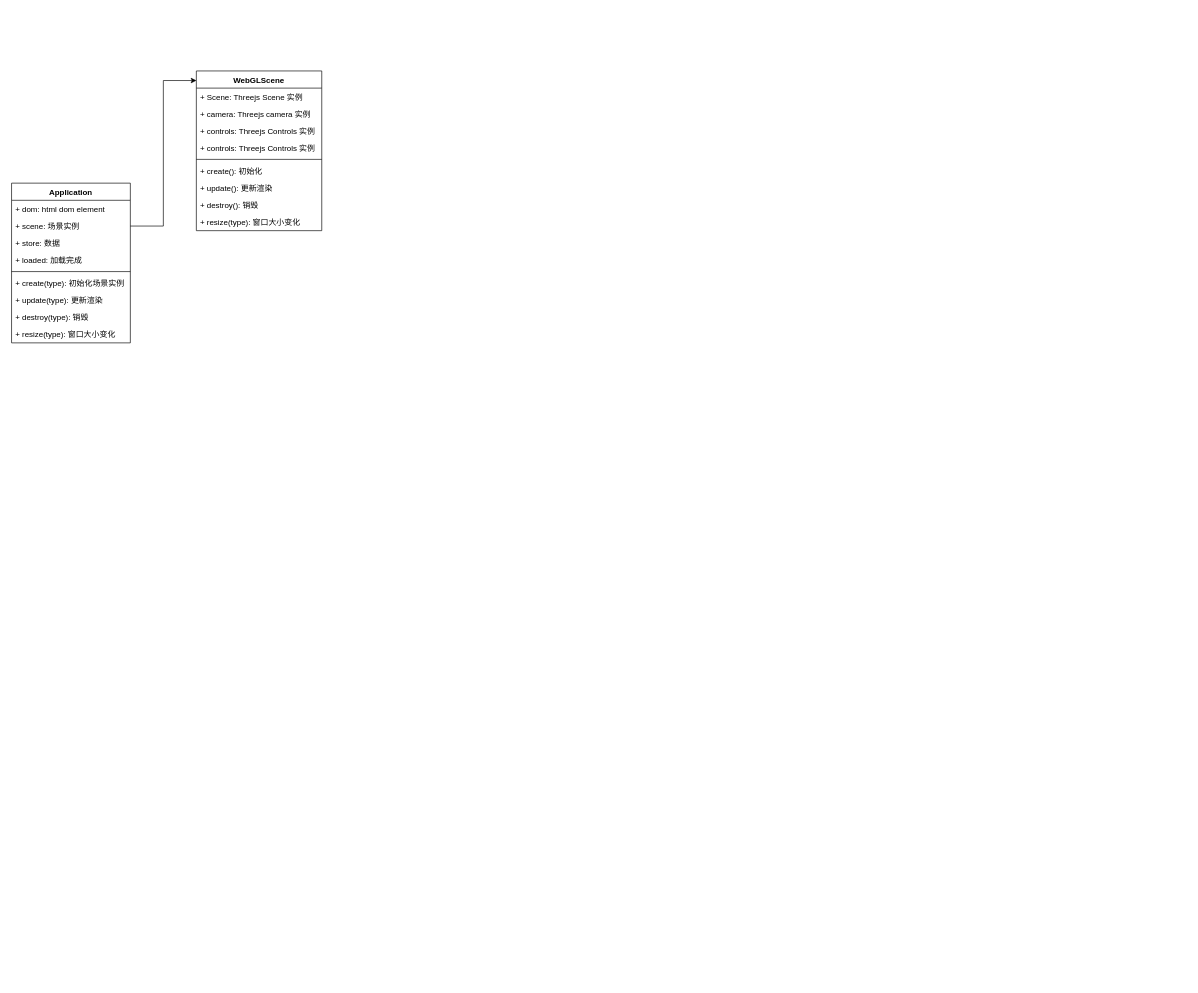
The draw.io diagram APM3d-Diagram.drawio in hiotk/umldiagrams, before the edit. Source tidied: cells renumbered, new cells numbered last; positions are measured from the earlier drawing's top-left corner, leaving out a move shared by most shapes. Both pictures are drawn from the tidied source at 66%, with x=0, y=0 at pixel (11, 71).
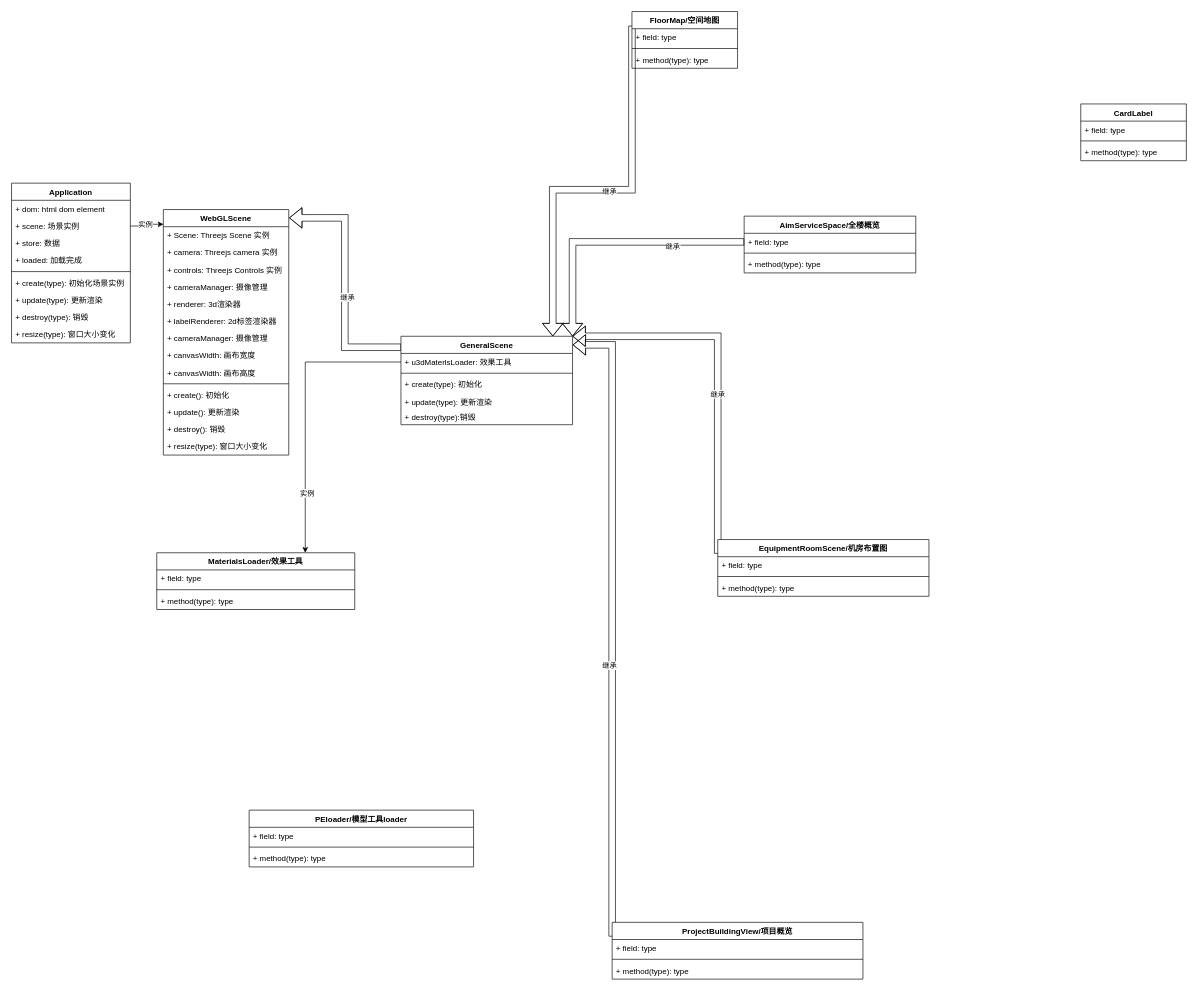
The same page after the edit.

The change refers to these unchanged cells:
```xml
<mxCell id="22" style="edgeStyle=orthogonalEdgeStyle;rounded=0;jettySize=auto;html=1;exitX=1;exitY=0.5;exitDx=0;exitDy=0;entryX=0.001;entryY=0.06;entryDx=0;entryDy=0;entryPerimeter=0;" parent="1" edge="1" source="4" target="12">
  <mxGeometry relative="1" as="geometry" />
</mxCell>
```

The edit, as a diff of the source:
```diff
@@
     <mxCell id="12" value="WebGLScene" style="swimlane;fontStyle=1;align=center;verticalAlign=top;horizontal=1;startSize=26;" parent="1" vertex="1">
-      <mxGeometry x="280" width="190" height="242" as="geometry" />
+      <mxGeometry x="230" y="210" width="190" height="372" as="geometry" />
     </mxCell>
@@
-    <mxCell id="16" value="+ controls: Threejs Controls 实例" style="text;strokeColor=none;fillColor=none;align=left;verticalAlign=top;spacingLeft=4;spacingRight=4;overflow=hidden;" parent="12" vertex="1">
+    <mxCell id="16" value="+ cameraManager: 摄像管理&#10;" style="text;strokeColor=none;fillColor=none;align=left;verticalAlign=top;spacingLeft=4;spacingRight=4;overflow=hidden;" parent="12" vertex="1">
       <mxGeometry y="104" width="190" height="26" as="geometry" />
     </mxCell>
+    <mxCell id="23" value="+ renderer: 3d渲染器&#10;" style="text;strokeColor=none;fillColor=none;align=left;verticalAlign=top;spacingLeft=4;spacingRight=4;overflow=hidden;" parent="12" vertex="1">
+      <mxGeometry y="130" width="190" height="26" as="geometry" />
+    </mxCell>
+    <mxCell id="24" value="+ labelRenderer: 2d标签渲染器&#10;" style="text;strokeColor=none;fillColor=none;align=left;verticalAlign=top;spacingLeft=4;spacingRight=4;overflow=hidden;" parent="12" vertex="1">
+      <mxGeometry y="156" width="190" height="26" as="geometry" />
+    </mxCell>
+    <mxCell id="25" value="+ cameraManager: 摄像管理&#10;" style="text;strokeColor=none;fillColor=none;align=left;verticalAlign=top;spacingLeft=4;spacingRight=4;overflow=hidden;" parent="12" vertex="1">
+      <mxGeometry y="182" width="190" height="26" as="geometry" />
+    </mxCell>
+    <mxCell id="26" value="+ canvasWidth: 画布宽度&#10;" style="text;strokeColor=none;fillColor=none;align=left;verticalAlign=top;spacingLeft=4;spacingRight=4;overflow=hidden;" parent="12" vertex="1">
+      <mxGeometry y="208" width="190" height="26" as="geometry" />
+    </mxCell>
+    <mxCell id="27" value="+ canvasWidth: 画布高度&#10;" style="text;strokeColor=none;fillColor=none;align=left;verticalAlign=top;spacingLeft=4;spacingRight=4;overflow=hidden;" parent="12" vertex="1">
+      <mxGeometry y="234" width="190" height="26" as="geometry" />
+    </mxCell>
     <mxCell id="17" style="line;strokeWidth=1;fillColor=none;align=left;verticalAlign=middle;spacingTop=-1;spacingLeft=3;spacingRight=3;labelPosition=right;" parent="12" vertex="1">
-      <mxGeometry y="130" width="190" height="8" as="geometry" />
+      <mxGeometry y="260" width="190" height="8" as="geometry" />
     </mxCell>
     <mxCell id="18" value="+ create(): 初始化" style="text;strokeColor=none;fillColor=none;align=left;verticalAlign=top;spacingLeft=4;spacingRight=4;overflow=hidden;" parent="12" vertex="1">
-      <mxGeometry y="138" width="190" height="26" as="geometry" />
+      <mxGeometry y="268" width="190" height="26" as="geometry" />
     </mxCell>
     <mxCell id="19" value="+ update(): 更新渲染" style="text;strokeColor=none;fillColor=none;align=left;verticalAlign=top;spacingLeft=4;spacingRight=4;overflow=hidden;" parent="12" vertex="1">
-      <mxGeometry y="164" width="190" height="26" as="geometry" />
+      <mxGeometry y="294" width="190" height="26" as="geometry" />
     </mxCell>
     <mxCell id="20" value="+ destroy(): 销毁" style="text;strokeColor=none;fillColor=none;align=left;verticalAlign=top;spacingLeft=4;spacingRight=4;overflow=hidden;" parent="12" vertex="1">
-      <mxGeometry y="190" width="190" height="26" as="geometry" />
+      <mxGeometry y="320" width="190" height="26" as="geometry" />
     </mxCell>
     <mxCell id="21" value="+ resize(type): 窗口大小变化" style="text;strokeColor=none;fillColor=none;align=left;verticalAlign=top;spacingLeft=4;spacingRight=4;overflow=hidden;" parent="12" vertex="1">
-      <mxGeometry y="216" width="190" height="26" as="geometry" />
+      <mxGeometry y="346" width="190" height="26" as="geometry" />
     </mxCell>
@@
+    <mxCell id="28" value="实例" style="edgeLabel;html=1;align=center;verticalAlign=middle;" parent="22" vertex="1">
+      <mxGeometry x="0.05" y="3" relative="1" as="geometry">
+        <mxPoint x="-3" y="3" as="offset" />
+      </mxGeometry>
+    </mxCell>
+    <mxCell id="29" style="edgeStyle=orthogonalEdgeStyle;rounded=0;jettySize=auto;html=1;exitX=0.001;exitY=0.124;exitDx=0;exitDy=0;entryX=1.003;entryY=0.034;entryDx=0;entryDy=0;entryPerimeter=0;shape=flexArrow;exitPerimeter=0;" parent="1" edge="1" source="31" target="12">
+      <mxGeometry relative="1" as="geometry" />
+    </mxCell>
+    <mxCell id="30" value="继承" style="edgeLabel;html=1;align=center;verticalAlign=middle;" parent="29" vertex="1">
+      <mxGeometry x="-0.12" y="-3" relative="1" as="geometry" />
+    </mxCell>
+    <mxCell id="31" value="GeneralScene" style="swimlane;fontStyle=1;align=center;verticalAlign=top;horizontal=1;startSize=26;" parent="1" vertex="1">
+      <mxGeometry x="590" y="402" width="260" height="134" as="geometry" />
+    </mxCell>
+    <mxCell id="32" value="+ u3dMaterlsLoader: 效果工具" style="text;strokeColor=none;fillColor=none;align=left;verticalAlign=top;spacingLeft=4;spacingRight=4;overflow=hidden;points=[[0,0.5],[1,0.5]];portConstraint=eastwest;" parent="31" vertex="1">
+      <mxGeometry y="26" width="260" height="26" as="geometry" />
+    </mxCell>
+    <mxCell id="33" style="line;strokeWidth=1;fillColor=none;align=left;verticalAlign=middle;spacingTop=-1;spacingLeft=3;spacingRight=3;labelPosition=right;" parent="31" vertex="1">
+      <mxGeometry y="52" width="260" height="8" as="geometry" />
+    </mxCell>
+    <mxCell id="34" value="+ create(type): 初始化" style="text;strokeColor=none;fillColor=none;align=left;verticalAlign=top;spacingLeft=4;spacingRight=4;overflow=hidden;" parent="31" vertex="1">
+      <mxGeometry y="60" width="260" height="26" as="geometry" />
+    </mxCell>
+    <mxCell id="35" value="+ update(type): 更新渲染" style="text;strokeColor=none;fillColor=none;align=left;verticalAlign=top;spacingLeft=4;spacingRight=4;overflow=hidden;" parent="31" vertex="1">
+      <mxGeometry y="86" width="260" height="24" as="geometry" />
+    </mxCell>
+    <mxCell id="36" value="+ destroy(type):销毁" style="text;strokeColor=none;fillColor=none;align=left;verticalAlign=top;spacingLeft=4;spacingRight=4;overflow=hidden;" parent="31" vertex="1">
+      <mxGeometry y="110" width="260" height="24" as="geometry" />
+    </mxCell>
+    <mxCell id="37" style="edgeStyle=elbowEdgeStyle;shape=flexArrow;rounded=0;jettySize=auto;elbow=vertical;html=1;exitX=0;exitY=0.25;exitDx=0;exitDy=0;" parent="1" edge="1" source="39" target="31">
+      <mxGeometry relative="1" as="geometry">
+        <Array as="points">
+          <mxPoint x="820" y="180" />
+          <mxPoint x="810" y="300" />
+        </Array>
+      </mxGeometry>
+    </mxCell>
+    <mxCell id="38" value="继承" style="edgeLabel;html=1;align=center;verticalAlign=middle;" parent="37" vertex="1">
+      <mxGeometry x="-0.04" y="2" relative="1" as="geometry" />
+    </mxCell>
+    <mxCell id="39" value="FloorMap/空间地图" style="swimlane;fontStyle=1;align=center;verticalAlign=top;horizontal=1;startSize=26;" parent="1" vertex="1">
+      <mxGeometry x="940" y="-90" width="160" height="86" as="geometry" />
+    </mxCell>
+    <mxCell id="40" value="+ field: type" style="text;strokeColor=none;fillColor=none;align=left;verticalAlign=top;spacingLeft=4;spacingRight=4;overflow=hidden;" parent="39" vertex="1">
+      <mxGeometry y="26" width="160" height="26" as="geometry" />
+    </mxCell>
+    <mxCell id="41" style="line;strokeWidth=1;fillColor=none;align=left;verticalAlign=middle;spacingTop=-1;spacingLeft=3;spacingRight=3;labelPosition=right;" parent="39" vertex="1">
+      <mxGeometry y="52" width="160" height="8" as="geometry" />
+    </mxCell>
+    <mxCell id="42" value="+ method(type): type" style="text;strokeColor=none;fillColor=none;align=left;verticalAlign=top;spacingLeft=4;spacingRight=4;overflow=hidden;" parent="39" vertex="1">
+      <mxGeometry y="60" width="160" height="26" as="geometry" />
+    </mxCell>
+    <mxCell id="43" value="AimServiceSpace/全楼概览" style="swimlane;fontStyle=1;align=center;verticalAlign=top;horizontal=1;startSize=26;" parent="1" vertex="1">
+      <mxGeometry x="1110" y="220" width="260" height="86" as="geometry" />
+    </mxCell>
+    <mxCell id="44" value="+ field: type" style="text;strokeColor=none;fillColor=none;align=left;verticalAlign=top;spacingLeft=4;spacingRight=4;overflow=hidden;points=[[0,0.5],[1,0.5]];portConstraint=eastwest;" parent="43" vertex="1">
+      <mxGeometry y="26" width="260" height="26" as="geometry" />
+    </mxCell>
+    <mxCell id="45" style="line;strokeWidth=1;fillColor=none;align=left;verticalAlign=middle;spacingTop=-1;spacingLeft=3;spacingRight=3;labelPosition=right;" parent="43" vertex="1">
+      <mxGeometry y="52" width="260" height="8" as="geometry" />
+    </mxCell>
+    <mxCell id="46" value="+ method(type): type" style="text;strokeColor=none;fillColor=none;align=left;verticalAlign=top;spacingLeft=4;spacingRight=4;overflow=hidden;" parent="43" vertex="1">
+      <mxGeometry y="60" width="260" height="26" as="geometry" />
+    </mxCell>
+    <mxCell id="47" style="edgeStyle=elbowEdgeStyle;shape=flexArrow;rounded=0;jettySize=auto;elbow=vertical;html=1;exitX=0;exitY=0.25;exitDx=0;exitDy=0;entryX=1;entryY=0;entryDx=0;entryDy=0;" parent="1" edge="1" source="49" target="31">
+      <mxGeometry relative="1" as="geometry">
+        <Array as="points">
+          <mxPoint x="880" y="402" />
+          <mxPoint x="960" y="402" />
+          <mxPoint x="860" y="402" />
+          <mxPoint x="830" y="469" />
+          <mxPoint x="910" y="730" />
+          <mxPoint x="910" y="530" />
+          <mxPoint x="970" y="402" />
+          <mxPoint x="960" y="402" />
+          <mxPoint x="800" y="430" />
+          <mxPoint x="780" y="450" />
+          <mxPoint x="820" y="750" />
+        </Array>
+      </mxGeometry>
+    </mxCell>
+    <mxCell id="48" value="继承" style="edgeLabel;html=1;align=center;verticalAlign=middle;" parent="47" vertex="1">
+      <mxGeometry x="-0.12" y="1" relative="1" as="geometry" />
+    </mxCell>
+    <mxCell id="49" value="EquipmentRoomScene/机房布置图" style="swimlane;fontStyle=1;align=center;verticalAlign=top;horizontal=1;startSize=26;" parent="1" vertex="1">
+      <mxGeometry x="1070" y="710" width="320" height="86" as="geometry" />
+    </mxCell>
+    <mxCell id="50" value="+ field: type" style="text;strokeColor=none;fillColor=none;align=left;verticalAlign=top;spacingLeft=4;spacingRight=4;overflow=hidden;" parent="49" vertex="1">
+      <mxGeometry y="26" width="320" height="26" as="geometry" />
+    </mxCell>
+    <mxCell id="51" style="line;strokeWidth=1;fillColor=none;align=left;verticalAlign=middle;spacingTop=-1;spacingLeft=3;spacingRight=3;labelPosition=right;" parent="49" vertex="1">
+      <mxGeometry y="52" width="320" height="8" as="geometry" />
+    </mxCell>
+    <mxCell id="52" value="+ method(type): type" style="text;strokeColor=none;fillColor=none;align=left;verticalAlign=top;spacingLeft=4;spacingRight=4;overflow=hidden;" parent="49" vertex="1">
+      <mxGeometry y="60" width="320" height="26" as="geometry" />
+    </mxCell>
+    <mxCell id="53" style="edgeStyle=elbowEdgeStyle;shape=flexArrow;rounded=0;jettySize=auto;elbow=vertical;html=1;exitX=0;exitY=0.25;exitDx=0;exitDy=0;entryX=1.001;entryY=0.095;entryDx=0;entryDy=0;entryPerimeter=0;" parent="1" edge="1" source="55" target="31">
+      <mxGeometry relative="1" as="geometry">
+        <Array as="points">
+          <mxPoint x="880" y="415" />
+          <mxPoint x="890" y="410" />
+          <mxPoint x="860" y="400" />
+          <mxPoint x="780" y="420" />
+          <mxPoint x="770" y="420" />
+          <mxPoint x="800" y="500" />
+          <mxPoint x="790" y="550" />
+          <mxPoint x="780" y="1312" />
+        </Array>
+      </mxGeometry>
+    </mxCell>
+    <mxCell id="54" value="继承" style="edgeLabel;html=1;align=center;verticalAlign=middle;" parent="53" vertex="1">
+      <mxGeometry x="-0.14" y="5" relative="1" as="geometry" />
+    </mxCell>
+    <mxCell id="55" value="ProjectBuildingView/项目概览" style="swimlane;fontStyle=1;align=center;verticalAlign=top;horizontal=1;startSize=26;" parent="1" vertex="1">
+      <mxGeometry x="910" y="1290" width="380" height="86" as="geometry" />
+    </mxCell>
+    <mxCell id="56" value="+ field: type" style="text;strokeColor=none;fillColor=none;align=left;verticalAlign=top;spacingLeft=4;spacingRight=4;overflow=hidden;" parent="55" vertex="1">
+      <mxGeometry y="26" width="380" height="26" as="geometry" />
+    </mxCell>
+    <mxCell id="57" style="line;strokeWidth=1;fillColor=none;align=left;verticalAlign=middle;spacingTop=-1;spacingLeft=3;spacingRight=3;labelPosition=right;" parent="55" vertex="1">
+      <mxGeometry y="52" width="380" height="8" as="geometry" />
+    </mxCell>
+    <mxCell id="58" value="+ method(type): type" style="text;strokeColor=none;fillColor=none;align=left;verticalAlign=top;spacingLeft=4;spacingRight=4;overflow=hidden;" parent="55" vertex="1">
+      <mxGeometry y="60" width="380" height="26" as="geometry" />
+    </mxCell>
+    <mxCell id="59" style="edgeStyle=elbowEdgeStyle;shape=flexArrow;rounded=0;orthogonalLoop=1;jettySize=auto;elbow=vertical;html=1;exitX=0;exitY=0.5;exitDx=0;exitDy=0;exitPerimeter=0;" parent="1" edge="1">
+      <mxGeometry relative="1" as="geometry">
+        <mxPoint x="770" y="420" as="sourcePoint" />
+        <mxPoint x="770" y="420" as="targetPoint" />
+      </mxGeometry>
+    </mxCell>
+    <mxCell id="60" style="edgeStyle=elbowEdgeStyle;shape=flexArrow;rounded=0;jettySize=auto;elbow=horizontal;html=1;exitX=0;exitY=0.5;exitDx=0;exitDy=0;entryX=1;entryY=0;entryDx=0;entryDy=0;" parent="1" edge="1" source="44" target="31">
+      <mxGeometry relative="1" as="geometry">
+        <Array as="points">
+          <mxPoint x="850" y="410" />
+          <mxPoint x="910" y="400" />
+          <mxPoint x="780" y="410" />
+        </Array>
+      </mxGeometry>
+    </mxCell>
+    <mxCell id="61" value="继承" style="edgeLabel;html=1;align=center;verticalAlign=middle;" parent="60" vertex="1">
+      <mxGeometry x="-0.46" y="6" relative="1" as="geometry" />
+    </mxCell>
+    <mxCell id="62" value="MaterialsLoader/效果工具" style="swimlane;fontStyle=1;align=center;verticalAlign=top;horizontal=1;startSize=26;" parent="1" vertex="1">
+      <mxGeometry x="220" y="730" width="300" height="86" as="geometry" />
+    </mxCell>
+    <mxCell id="63" value="+ field: type" style="text;strokeColor=none;fillColor=none;align=left;verticalAlign=top;spacingLeft=4;spacingRight=4;overflow=hidden;" parent="62" vertex="1">
+      <mxGeometry y="26" width="300" height="26" as="geometry" />
+    </mxCell>
+    <mxCell id="64" style="line;strokeWidth=1;fillColor=none;align=left;verticalAlign=middle;spacingTop=-1;spacingLeft=3;spacingRight=3;labelPosition=right;" parent="62" vertex="1">
+      <mxGeometry y="52" width="300" height="8" as="geometry" />
+    </mxCell>
+    <mxCell id="65" value="+ method(type): type" style="text;strokeColor=none;fillColor=none;align=left;verticalAlign=top;spacingLeft=4;spacingRight=4;overflow=hidden;" parent="62" vertex="1">
+      <mxGeometry y="60" width="300" height="26" as="geometry" />
+    </mxCell>
+    <mxCell id="66" value="PEloader/模型工具loader" style="swimlane;fontStyle=1;align=center;verticalAlign=top;horizontal=1;startSize=26;" parent="1" vertex="1">
+      <mxGeometry x="360" y="1120" width="340" height="86" as="geometry" />
+    </mxCell>
+    <mxCell id="67" value="+ field: type" style="text;strokeColor=none;fillColor=none;align=left;verticalAlign=top;spacingLeft=4;spacingRight=4;overflow=hidden;" parent="66" vertex="1">
+      <mxGeometry y="26" width="340" height="26" as="geometry" />
+    </mxCell>
+    <mxCell id="68" style="line;strokeWidth=1;fillColor=none;align=left;verticalAlign=middle;spacingTop=-1;spacingLeft=3;spacingRight=3;labelPosition=right;" parent="66" vertex="1">
+      <mxGeometry y="52" width="340" height="8" as="geometry" />
+    </mxCell>
+    <mxCell id="69" value="+ method(type): type" style="text;strokeColor=none;fillColor=none;align=left;verticalAlign=top;spacingLeft=4;spacingRight=4;overflow=hidden;" parent="66" vertex="1">
+      <mxGeometry y="60" width="340" height="26" as="geometry" />
+    </mxCell>
+    <mxCell id="70" value="CardLabel" style="swimlane;fontStyle=1;align=center;verticalAlign=top;horizontal=1;startSize=26;" parent="1" vertex="1">
+      <mxGeometry x="1620" y="50" width="160" height="86" as="geometry" />
+    </mxCell>
+    <mxCell id="71" value="+ field: type" style="text;strokeColor=none;fillColor=none;align=left;verticalAlign=top;spacingLeft=4;spacingRight=4;overflow=hidden;" parent="70" vertex="1">
+      <mxGeometry y="26" width="160" height="26" as="geometry" />
+    </mxCell>
+    <mxCell id="72" style="line;strokeWidth=1;fillColor=none;align=left;verticalAlign=middle;spacingTop=-1;spacingLeft=3;spacingRight=3;labelPosition=right;" parent="70" vertex="1">
+      <mxGeometry y="52" width="160" height="8" as="geometry" />
+    </mxCell>
+    <mxCell id="73" value="+ method(type): type" style="text;strokeColor=none;fillColor=none;align=left;verticalAlign=top;spacingLeft=4;spacingRight=4;overflow=hidden;" parent="70" vertex="1">
+      <mxGeometry y="60" width="160" height="26" as="geometry" />
+    </mxCell>
+    <mxCell id="74" style="edgeStyle=elbowEdgeStyle;rounded=0;jettySize=auto;elbow=vertical;html=1;exitX=0;exitY=0.5;exitDx=0;exitDy=0;entryX=0.75;entryY=0;entryDx=0;entryDy=0;" parent="1" edge="1" source="32" target="62">
+      <mxGeometry relative="1" as="geometry">
+        <Array as="points">
+          <mxPoint x="560" y="441" />
+        </Array>
+      </mxGeometry>
+    </mxCell>
+    <mxCell id="75" value="实例" style="edgeLabel;html=1;align=center;verticalAlign=middle;" parent="74" vertex="1">
+      <mxGeometry x="0.58" y="2" relative="1" as="geometry" />
+    </mxCell>
```
